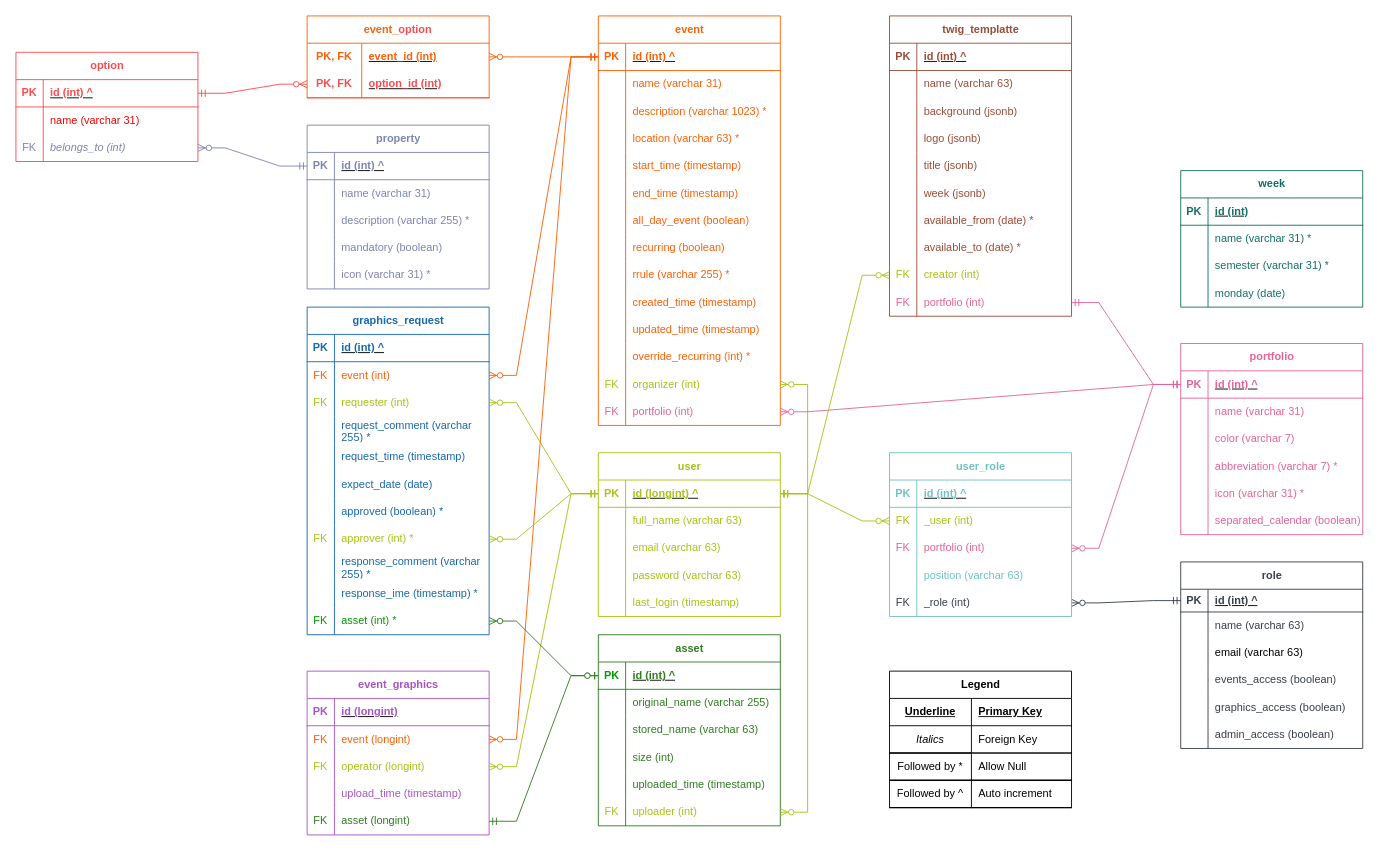
The draw.io diagram design/eTWIG.ER.drawio in stewebb/eTWIG, before the edit. Source tidied: cells renumbered, new cells numbered last; positions are measured from the earlier drawing's top-left corner, leaving out a move shared by most shapes. Both pictures are drawn from the tidied source at 91%, with x=0, y=0 at pixel (15, -203).
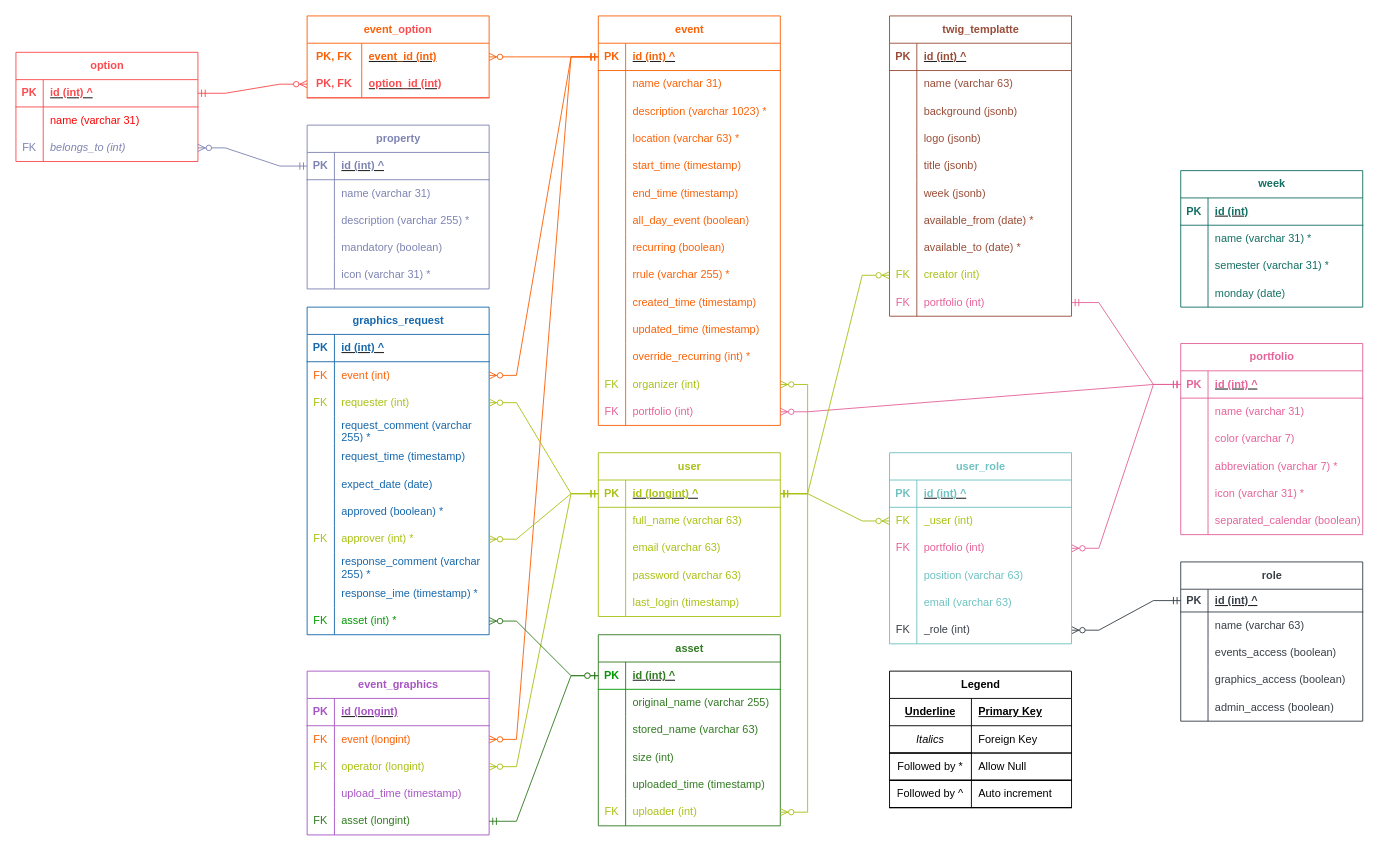
Above is the later version.

What changed in the source:
```diff
@@
     <mxCell id="63" value="&lt;font color=&quot;#373f47&quot;&gt;role&lt;/font&gt;" style="shape=table;startSize=30;childLayout=tableLayout;rowLines=0;fontStyle=1;align=center;html=1;strokeColor=#373f47;" parent="1" vertex="1">
-      <mxGeometry x="1280" y="840" width="200" height="205" as="geometry" />
+      <mxGeometry x="1280" y="840" width="200" height="175" as="geometry" />
     </mxCell>
@@
-    <mxCell id="70" style="shape=tableRow;horizontal=0;startSize=0;swimlaneHead=0;swimlaneBody=0;fillColor=none;top=0;left=0;right=0;bottom=0;strokeColor=#009900;" parent="63" vertex="1">
-      <mxGeometry y="85" width="200" height="30" as="geometry" />
-    </mxCell>
-    <mxCell id="71" style="shape=partialRectangle;fillColor=none;top=0;left=0;bottom=0;right=0;overflow=hidden;whiteSpace=wrap;html=1;" parent="70" vertex="1">
-      <mxGeometry width="30" height="30" as="geometry" />
-    </mxCell>
-    <mxCell id="72" value="email (varchar 63)" style="shape=partialRectangle;fillColor=none;top=0;left=0;bottom=0;right=0;align=left;spacingLeft=6;overflow=hidden;whiteSpace=wrap;html=1;strokeColor=#999900;" parent="70" vertex="1">
-      <mxGeometry x="30" width="170" height="30" as="geometry" />
-    </mxCell>
     <mxCell id="73" style="shape=tableRow;horizontal=0;startSize=0;swimlaneHead=0;swimlaneBody=0;fillColor=none;top=0;left=0;right=0;bottom=0;" parent="63" vertex="1">
-      <mxGeometry y="115" width="200" height="30" as="geometry" />
+      <mxGeometry y="85" width="200" height="30" as="geometry" />
     </mxCell>
@@
     <mxCell id="76" style="shape=tableRow;horizontal=0;startSize=0;swimlaneHead=0;swimlaneBody=0;fillColor=none;top=0;left=0;right=0;bottom=0;" parent="63" vertex="1">
-      <mxGeometry y="145" width="200" height="30" as="geometry" />
+      <mxGeometry y="115" width="200" height="30" as="geometry" />
     </mxCell>
@@
     <mxCell id="79" style="shape=tableRow;horizontal=0;startSize=0;swimlaneHead=0;swimlaneBody=0;fillColor=none;top=0;left=0;right=0;bottom=0;" parent="63" vertex="1">
-      <mxGeometry y="175" width="200" height="30" as="geometry" />
+      <mxGeometry y="145" width="200" height="30" as="geometry" />
     </mxCell>
@@
     <mxCell id="276" value="&lt;font color=&quot;#6fc2c1&quot;&gt;user_role&lt;/font&gt;" style="shape=table;startSize=30;childLayout=tableLayout;rowLines=0;fontStyle=1;align=center;html=1;strokeColor=#6FC2C1;" parent="1" vertex="1">
-      <mxGeometry x="960" y="720" width="200" height="180" as="geometry" />
+      <mxGeometry x="960" y="720" width="200" height="210" as="geometry" />
     </mxCell>
@@
+    <mxCell id="292" style="shape=tableRow;horizontal=0;startSize=0;swimlaneHead=0;swimlaneBody=0;fillColor=none;top=0;left=0;right=0;bottom=0;" parent="276" vertex="1">
+      <mxGeometry y="150" width="200" height="30" as="geometry" />
+    </mxCell>
+    <mxCell id="71" style="shape=partialRectangle;fillColor=none;top=0;left=0;bottom=0;right=0;overflow=hidden;whiteSpace=wrap;html=1;" parent="292" vertex="1">
+      <mxGeometry width="30" height="30" as="geometry" />
+    </mxCell>
+    <mxCell id="72" value="&lt;font color=&quot;#6fc2c1&quot;&gt;email (varchar 63)&lt;/font&gt;" style="shape=partialRectangle;fillColor=none;top=0;left=0;bottom=0;right=0;align=left;spacingLeft=6;overflow=hidden;whiteSpace=wrap;html=1;" parent="292" vertex="1">
+      <mxGeometry x="30" width="170" height="30" as="geometry" />
+    </mxCell>
     <mxCell id="289" style="shape=tableRow;horizontal=0;startSize=0;swimlaneHead=0;swimlaneBody=0;fillColor=none;points=[[0,0.5],[1,0.5]];portConstraint=eastwest;top=0;left=0;right=0;bottom=0;" parent="276" vertex="1">
-      <mxGeometry y="150" width="200" height="30" as="geometry" />
+      <mxGeometry y="180" width="200" height="30" as="geometry" />
     </mxCell>
```
